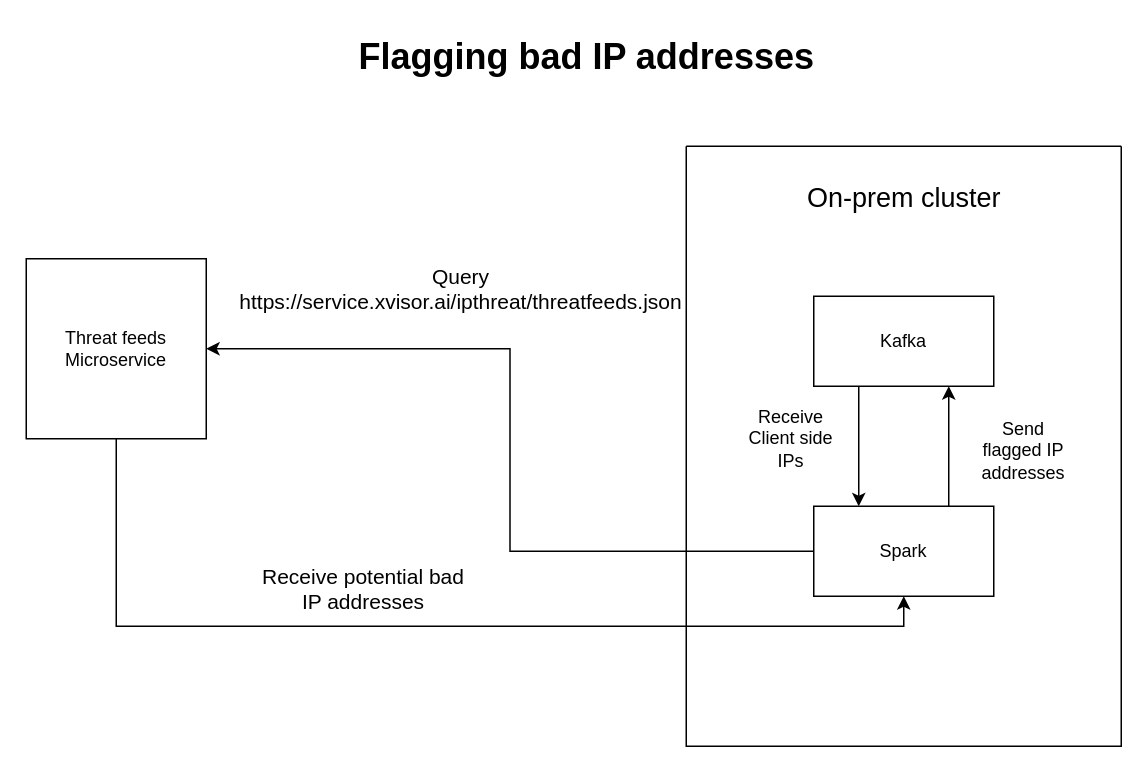
aNameNobodyChose/Ennetix-resume keeps this draw.io diagram as diagrams/microservice-spark.drawio. Above is the earlier version. Source tidied: cells renumbered, new cells numbered last; positions are measured from the earlier drawing's top-left corner, leaving out a move shared by most shapes. Both pictures are drawn from the tidied source at 150%, with x=0, y=0 at pixel (26, 26).
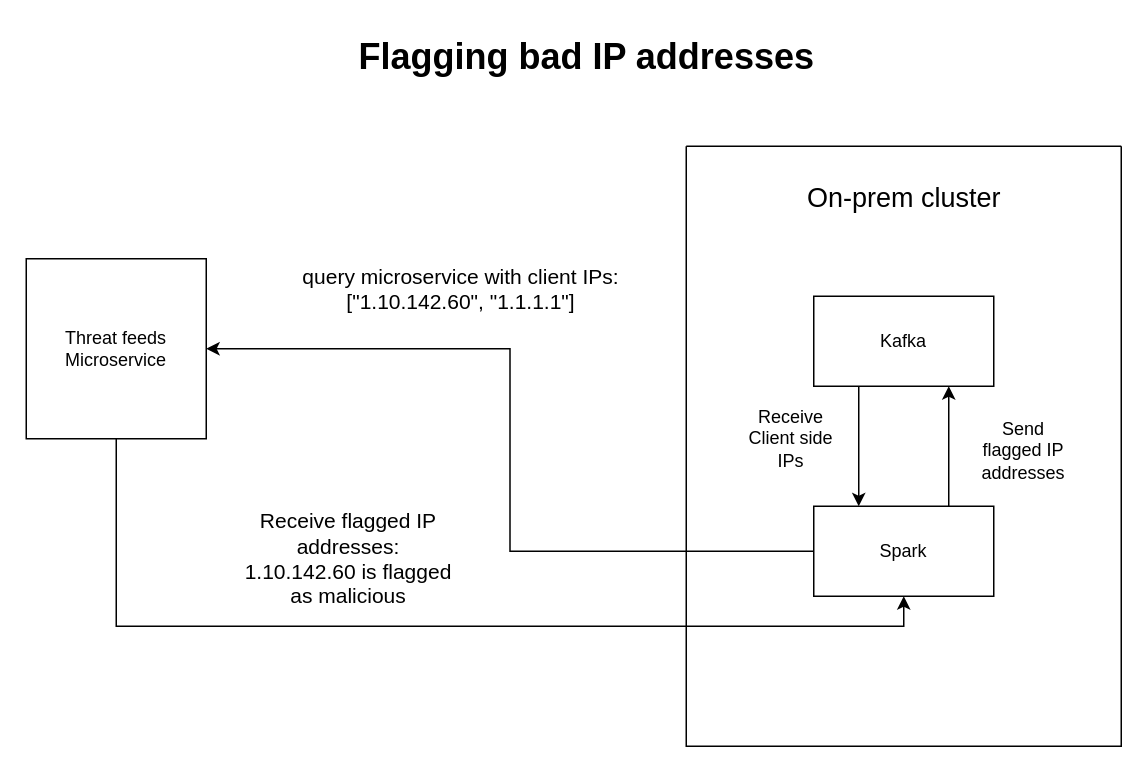
The same page after the edit.

The edit, as a diff of the source:
```diff
@@
 <mxGraphModel>
   <root>
     <mxCell id="0" />
     <mxCell id="1" parent="0" />
     <mxCell id="2" style="edgeStyle=orthogonalEdgeStyle;rounded=0;jettySize=auto;html=1;exitX=0.5;exitY=1;exitDx=0;exitDy=0;entryX=0.5;entryY=1;entryDx=0;entryDy=0;" parent="1" edge="1" source="3" target="8">
       <mxGeometry relative="1" as="geometry" />
     </mxCell>
     <mxCell id="3" value="Threat feeds Microservice" style="whiteSpace=wrap;html=1;" parent="1" vertex="1">
       <mxGeometry y="155" width="120" height="120" as="geometry" />
     </mxCell>
     <mxCell id="4" style="swimlane;startSize=0;" parent="1" vertex="1">
       <mxGeometry x="440" y="80" width="290" height="400" as="geometry" />
     </mxCell>
     <mxCell id="5" style="edgeStyle=orthogonalEdgeStyle;rounded=0;jettySize=auto;html=1;exitX=0.25;exitY=1;exitDx=0;exitDy=0;entryX=0.25;entryY=0;entryDx=0;entryDy=0;" parent="4" edge="1" source="6" target="8">
       <mxGeometry relative="1" as="geometry" />
     </mxCell>
     <mxCell id="6" value="Kafka" style="rounded=0;whiteSpace=wrap;html=1;" parent="4" vertex="1">
       <mxGeometry x="85" y="100" width="120" height="60" as="geometry" />
     </mxCell>
     <mxCell id="7" style="edgeStyle=orthogonalEdgeStyle;rounded=0;jettySize=auto;html=1;exitX=0.75;exitY=0;exitDx=0;exitDy=0;entryX=0.75;entryY=1;entryDx=0;entryDy=0;" parent="4" edge="1" source="8" target="6">
       <mxGeometry relative="1" as="geometry" />
     </mxCell>
     <mxCell id="8" value="Spark" style="rounded=0;whiteSpace=wrap;html=1;" parent="4" vertex="1">
       <mxGeometry x="85" y="240" width="120" height="60" as="geometry" />
     </mxCell>
     <mxCell id="9" value="Receive Client side IPs" style="text;html=1;align=center;verticalAlign=middle;whiteSpace=wrap;rounded=0;" parent="4" vertex="1">
       <mxGeometry x="40" y="180" width="60" height="30" as="geometry" />
     </mxCell>
     <mxCell id="10" value="Send flagged IP addresses" style="text;html=1;align=center;verticalAlign=middle;whiteSpace=wrap;rounded=0;" parent="4" vertex="1">
       <mxGeometry x="190" y="180" width="70" height="45" as="geometry" />
     </mxCell>
     <mxCell id="11" value="&lt;font style=&quot;font-size: 18px;&quot;&gt;On-prem cluster&lt;/font&gt;" style="text;html=1;align=center;verticalAlign=middle;whiteSpace=wrap;rounded=0;" parent="4" vertex="1">
       <mxGeometry x="77.5" y="20" width="135" height="30" as="geometry" />
     </mxCell>
     <mxCell id="12" style="edgeStyle=orthogonalEdgeStyle;rounded=0;jettySize=auto;html=1;exitX=0;exitY=0.5;exitDx=0;exitDy=0;entryX=1;entryY=0.5;entryDx=0;entryDy=0;" parent="1" edge="1" source="8" target="3">
       <mxGeometry relative="1" as="geometry" />
     </mxCell>
-    <mxCell id="13" value="&lt;font style=&quot;font-size: 14px;&quot;&gt;Query https://service.xvisor.ai/ipthreat/threatfeeds.json&lt;/font&gt;" style="text;html=1;align=center;verticalAlign=middle;whiteSpace=wrap;rounded=0;" parent="1" vertex="1">
+    <mxCell id="13" value="&lt;font style=&quot;font-size: 14px;&quot;&gt;query microservice with client IPs: [&quot;1.10.142.60&quot;, &quot;1.1.1.1&quot;]&lt;/font&gt;" style="text;html=1;align=center;verticalAlign=middle;whiteSpace=wrap;rounded=0;" parent="1" vertex="1">
       <mxGeometry x="160" y="165" width="260" height="20" as="geometry" />
     </mxCell>
-    <mxCell id="14" value="&lt;font style=&quot;font-size: 14px;&quot;&gt;Receive potential bad IP addresses&lt;/font&gt;" style="text;html=1;align=center;verticalAlign=middle;whiteSpace=wrap;rounded=0;" parent="1" vertex="1">
-      <mxGeometry x="150" y="360" width="150" height="30" as="geometry" />
+    <mxCell id="14" value="&lt;font style=&quot;font-size: 14px;&quot;&gt;Receive flagged IP addresses:&lt;br&gt;1.10.142.60 is flagged as malicious&lt;/font&gt;" style="text;html=1;align=center;verticalAlign=middle;whiteSpace=wrap;rounded=0;" parent="1" vertex="1">
+      <mxGeometry x="140" y="340" width="150" height="30" as="geometry" />
     </mxCell>
     <mxCell id="15" value="&lt;h1 style=&quot;margin-top: 0px;&quot;&gt;Flagging bad IP addresses&lt;/h1&gt;" style="text;html=1;whiteSpace=wrap;overflow=hidden;rounded=0;" parent="1" vertex="1">
       <mxGeometry x="220" width="330" height="50" as="geometry" />
     </mxCell>
   </root>
 </mxGraphModel>
```
